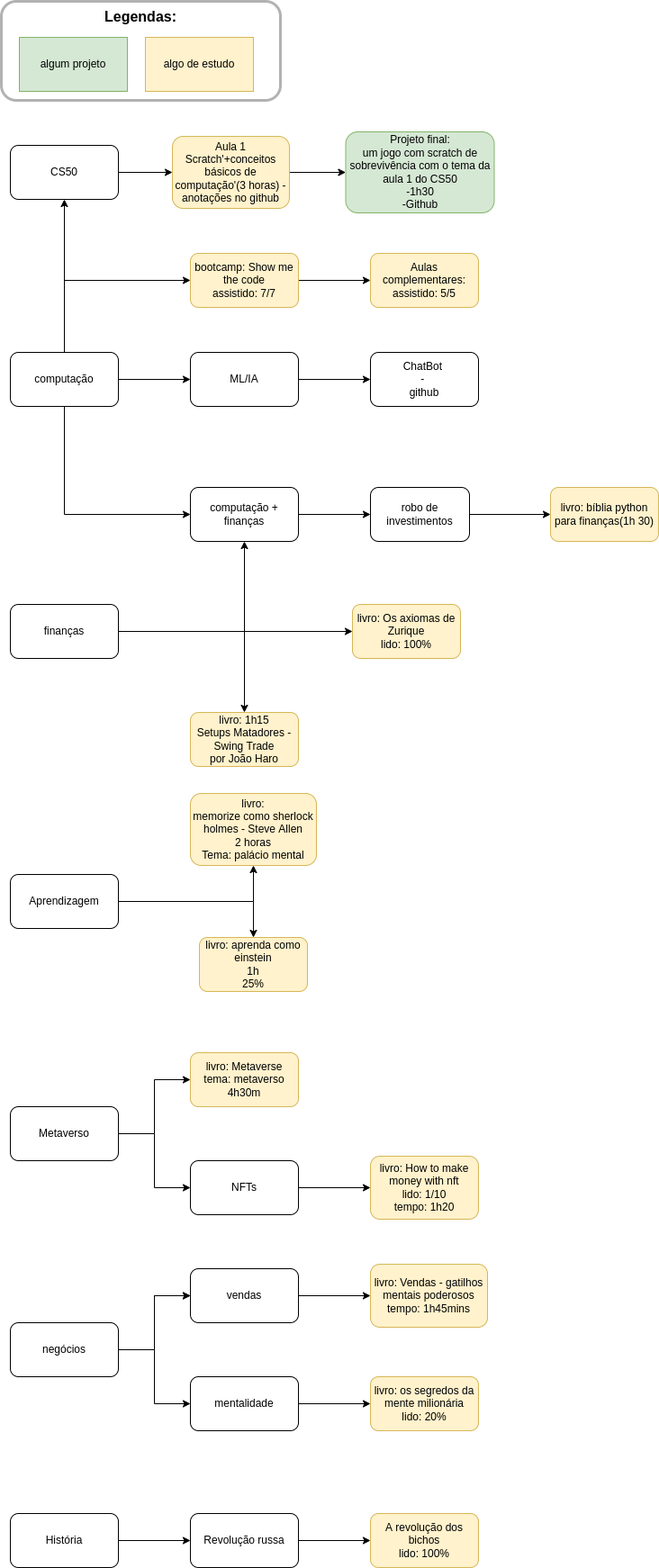
Above: mystudies.drawio.png in gu-nog/my-studies (draw.io), before the change. Source tidied: cells renumbered, new cells last; positions are measured from the earlier drawing's top-left corner, leaving out a move shared by most shapes. The source it was exported from:
```xml
<mxGraphModel>
  <root>
    <mxCell id="0" />
    <mxCell id="1" parent="0" />
    <mxCell id="2" style="edgeStyle=orthogonalEdgeStyle;rounded=0;jettySize=auto;html=1;" parent="1" edge="1" source="5" target="7">
      <mxGeometry relative="1" as="geometry" />
    </mxCell>
    <mxCell id="3" style="edgeStyle=orthogonalEdgeStyle;rounded=0;jettySize=auto;html=1;" parent="1" edge="1" source="5" target="28">
      <mxGeometry relative="1" as="geometry" />
    </mxCell>
    <mxCell id="4" style="edgeStyle=orthogonalEdgeStyle;rounded=0;jettySize=auto;html=1;" parent="1" edge="1" source="5" target="57">
      <mxGeometry relative="1" as="geometry">
        <Array as="points">
          <mxPoint x="70" y="310" />
        </Array>
      </mxGeometry>
    </mxCell>
    <mxCell id="5" value="computação" style="rounded=1;whiteSpace=wrap;html=1;" parent="1" vertex="1">
      <mxGeometry x="10" y="390" width="120" height="60" as="geometry" />
    </mxCell>
    <mxCell id="6" style="edgeStyle=orthogonalEdgeStyle;rounded=0;jettySize=auto;html=1;" parent="1" edge="1" source="7" target="9">
      <mxGeometry relative="1" as="geometry" />
    </mxCell>
    <mxCell id="7" value="CS50" style="whiteSpace=wrap;html=1;rounded=1;" parent="1" vertex="1">
      <mxGeometry x="10" y="160" width="120" height="60" as="geometry" />
    </mxCell>
    <mxCell id="8" style="edgeStyle=orthogonalEdgeStyle;rounded=0;jettySize=auto;html=1;" parent="1" edge="1" source="9" target="21">
      <mxGeometry relative="1" as="geometry" />
    </mxCell>
    <mxCell id="9" value="Aula 1&lt;br&gt;Scratch'+conceitos básicos de computação'(3 horas) - anotações no github" style="whiteSpace=wrap;html=1;rounded=1;fillColor=#fff2cc;strokeColor=#d6b656;" parent="1" vertex="1">
      <mxGeometry x="190" y="150" width="130" height="80" as="geometry" />
    </mxCell>
    <mxCell id="10" style="edgeStyle=orthogonalEdgeStyle;rounded=0;jettySize=auto;html=1;" parent="1" edge="1" source="12" target="14">
      <mxGeometry relative="1" as="geometry" />
    </mxCell>
    <mxCell id="11" style="edgeStyle=orthogonalEdgeStyle;rounded=0;jettySize=auto;html=1;" parent="1" edge="1" source="12" target="30">
      <mxGeometry relative="1" as="geometry" />
    </mxCell>
    <mxCell id="12" value="finanças" style="rounded=1;whiteSpace=wrap;html=1;" parent="1" vertex="1">
      <mxGeometry x="10" y="670" width="120" height="60" as="geometry" />
    </mxCell>
    <mxCell id="13" style="edgeStyle=orthogonalEdgeStyle;rounded=0;jettySize=auto;html=1;" parent="1" edge="1" source="14" target="17">
      <mxGeometry relative="1" as="geometry" />
    </mxCell>
    <mxCell id="14" value="computação + finanças" style="rounded=1;whiteSpace=wrap;html=1;" parent="1" vertex="1">
      <mxGeometry x="210" y="540" width="120" height="60" as="geometry" />
    </mxCell>
    <mxCell id="15" style="endArrow=classic;html=1;rounded=0;entryX=0;entryY=0.5;entryDx=0;entryDy=0;exitX=0.5;exitY=1;exitDx=0;exitDy=0;" parent="1" edge="1" source="5" target="14">
      <mxGeometry relative="1" as="geometry">
        <Array as="points">
          <mxPoint x="70" y="570" />
        </Array>
      </mxGeometry>
    </mxCell>
    <mxCell id="16" style="edgeStyle=orthogonalEdgeStyle;rounded=0;jettySize=auto;html=1;" parent="1" edge="1" source="17" target="18">
      <mxGeometry relative="1" as="geometry" />
    </mxCell>
    <mxCell id="17" value="robo de investimentos" style="rounded=1;whiteSpace=wrap;html=1;" parent="1" vertex="1">
      <mxGeometry x="410" y="540" width="110" height="60" as="geometry" />
    </mxCell>
    <mxCell id="18" value="livro: bíblia python para finanças(1h 30)" style="rounded=1;whiteSpace=wrap;html=1;fillColor=#fff2cc;strokeColor=#d6b656;" parent="1" vertex="1">
      <mxGeometry x="610" y="540" width="120" height="60" as="geometry" />
    </mxCell>
    <mxCell id="19" value="algum projeto" style="rounded=0;whiteSpace=wrap;html=1;fillColor=#d5e8d4;strokeColor=#82b366;" parent="1" vertex="1">
      <mxGeometry x="20" y="40" width="120" height="60" as="geometry" />
    </mxCell>
    <mxCell id="20" value="algo de estudo" style="rounded=0;whiteSpace=wrap;html=1;fillColor=#fff2cc;strokeColor=#d6b656;" parent="1" vertex="1">
      <mxGeometry x="160" y="40" width="120" height="60" as="geometry" />
    </mxCell>
    <mxCell id="21" value="&lt;span&gt;Projeto final:&lt;/span&gt;&lt;br&gt;&lt;span&gt;um jogo com scratch de sobrevivência com o tema da aula 1 do CS50&lt;/span&gt;&lt;br&gt;&lt;span&gt;-1h30&lt;/span&gt;&lt;br&gt;&lt;span&gt;-Github&lt;/span&gt;" style="whiteSpace=wrap;html=1;fillColor=#d5e8d4;strokeColor=#82b366;rounded=1;" parent="1" vertex="1">
      <mxGeometry x="382.5" y="145" width="165" height="90" as="geometry" />
    </mxCell>
    <mxCell id="22" value="&lt;font style=&quot;font-size: 16px&quot;&gt;&lt;b&gt;&lt;font style=&quot;font-size: 16px&quot;&gt;Legendas:&lt;br&gt;&lt;/font&gt;&lt;br&gt;&lt;br&gt;&lt;br&gt;&lt;/b&gt;&lt;br&gt;&lt;/font&gt;" style="rounded=1;opacity=30;shadow=0;glass=0;sketch=0;fillColor=none;strokeColor=#000000;strokeWidth=3;html=1;whiteSpace=wrap;" parent="1" vertex="1">
      <mxGeometry width="310" height="110" as="geometry" />
    </mxCell>
    <mxCell id="23" style="edgeStyle=orthogonalEdgeStyle;rounded=0;jettySize=auto;html=1;" parent="1" edge="1" source="25" target="26">
      <mxGeometry relative="1" as="geometry" />
    </mxCell>
    <mxCell id="24" style="edgeStyle=orthogonalEdgeStyle;rounded=0;jettySize=auto;html=1;" parent="1" edge="1" source="25" target="44">
      <mxGeometry relative="1" as="geometry" />
    </mxCell>
    <mxCell id="25" value="Aprendizagem" style="rounded=1;whiteSpace=wrap;html=1;" parent="1" vertex="1">
      <mxGeometry x="10" y="970" width="120" height="60" as="geometry" />
    </mxCell>
    <mxCell id="26" value="livro:&lt;br&gt;memorize como sherlock holmes - Steve Allen&lt;br&gt;2 horas&lt;br&gt;Tema: palácio mental" style="whiteSpace=wrap;html=1;rounded=1;fillColor=#fff2cc;strokeColor=#d6b656;" parent="1" vertex="1">
      <mxGeometry x="210" y="880" width="140" height="80" as="geometry" />
    </mxCell>
    <mxCell id="27" style="edgeStyle=orthogonalEdgeStyle;rounded=0;jettySize=auto;html=1;" parent="1" edge="1" source="28" target="29">
      <mxGeometry relative="1" as="geometry" />
    </mxCell>
    <mxCell id="28" value="ML/IA" style="whiteSpace=wrap;html=1;rounded=1;" parent="1" vertex="1">
      <mxGeometry x="210" y="390" width="120" height="60" as="geometry" />
    </mxCell>
    <mxCell id="29" value="ChatBot &lt;br&gt;- &lt;br&gt;github" style="whiteSpace=wrap;html=1;rounded=1;" parent="1" vertex="1">
      <mxGeometry x="410" y="390" width="120" height="60" as="geometry" />
    </mxCell>
    <mxCell id="30" value="livro: 1h15&lt;br&gt;Setups Matadores - Swing Trade&lt;br&gt;por João Haro" style="whiteSpace=wrap;html=1;rounded=1;fillColor=#fff2cc;strokeColor=#d6b656;" parent="1" vertex="1">
      <mxGeometry x="210" y="790" width="120" height="60" as="geometry" />
    </mxCell>
    <mxCell id="31" style="edgeStyle=orthogonalEdgeStyle;rounded=0;jettySize=auto;html=1;" parent="1" edge="1" source="32" target="33">
      <mxGeometry relative="1" as="geometry" />
    </mxCell>
    <mxCell id="32" value="Metaverso" style="rounded=1;whiteSpace=wrap;html=1;" parent="1" vertex="1">
      <mxGeometry x="10" y="1228" width="120" height="60" as="geometry" />
    </mxCell>
    <mxCell id="33" value="livro: Metaverse&lt;br&gt;tema: metaverso&lt;br&gt;4h30m" style="whiteSpace=wrap;html=1;rounded=1;fillColor=#fff2cc;strokeColor=#d6b656;" parent="1" vertex="1">
      <mxGeometry x="210" y="1168" width="120" height="60" as="geometry" />
    </mxCell>
    <mxCell id="34" style="edgeStyle=orthogonalEdgeStyle;rounded=0;jettySize=auto;html=1;" parent="1" edge="1" source="36" target="38">
      <mxGeometry relative="1" as="geometry" />
    </mxCell>
    <mxCell id="35" style="edgeStyle=orthogonalEdgeStyle;rounded=0;jettySize=auto;html=1;" parent="1" edge="1" source="36" target="38">
      <mxGeometry relative="1" as="geometry" />
    </mxCell>
    <mxCell id="36" value="negócios" style="rounded=1;whiteSpace=wrap;html=1;" parent="1" vertex="1">
      <mxGeometry x="10" y="1468" width="120" height="60" as="geometry" />
    </mxCell>
    <mxCell id="37" style="edgeStyle=orthogonalEdgeStyle;rounded=0;jettySize=auto;html=1;" parent="1" edge="1" source="38" target="39">
      <mxGeometry relative="1" as="geometry" />
    </mxCell>
    <mxCell id="38" value="vendas" style="whiteSpace=wrap;html=1;rounded=1;" parent="1" vertex="1">
      <mxGeometry x="210" y="1408" width="120" height="60" as="geometry" />
    </mxCell>
    <mxCell id="39" value="livro: Vendas - gatilhos mentais poderosos&lt;br&gt;tempo: 1h45mins" style="whiteSpace=wrap;html=1;rounded=1;fillColor=#fff2cc;strokeColor=#d6b656;" parent="1" vertex="1">
      <mxGeometry x="410" y="1403" width="130" height="70" as="geometry" />
    </mxCell>
    <mxCell id="40" style="edgeStyle=orthogonalEdgeStyle;rounded=0;jettySize=auto;html=1;" parent="1" edge="1" source="41" target="43">
      <mxGeometry relative="1" as="geometry" />
    </mxCell>
    <mxCell id="41" value="NFTs" style="rounded=1;whiteSpace=wrap;html=1;" parent="1" vertex="1">
      <mxGeometry x="210" y="1288" width="120" height="60" as="geometry" />
    </mxCell>
    <mxCell id="42" style="endArrow=classic;html=1;rounded=0;exitX=1;exitY=0.5;exitDx=0;exitDy=0;entryX=0;entryY=0.5;entryDx=0;entryDy=0;" parent="1" edge="1" source="32" target="41">
      <mxGeometry relative="1" as="geometry">
        <Array as="points">
          <mxPoint x="170" y="1258" />
          <mxPoint x="170" y="1318" />
        </Array>
      </mxGeometry>
    </mxCell>
    <mxCell id="43" value="livro: How to make money with nft&lt;br&gt;lido: 1/10&lt;br&gt;tempo: 1h20" style="rounded=1;whiteSpace=wrap;html=1;fillColor=#fff2cc;strokeColor=#d6b656;" parent="1" vertex="1">
      <mxGeometry x="410" y="1283" width="120" height="70" as="geometry" />
    </mxCell>
    <mxCell id="44" value="livro: aprenda como einstein&lt;br&gt;1h&lt;br&gt;25%" style="whiteSpace=wrap;html=1;rounded=1;fillColor=#fff2cc;strokeColor=#d6b656;" parent="1" vertex="1">
      <mxGeometry x="220" y="1040" width="120" height="60" as="geometry" />
    </mxCell>
    <mxCell id="45" style="endArrow=classic;html=1;rounded=0;exitX=1;exitY=0.5;exitDx=0;exitDy=0;" parent="1" edge="1" source="12">
      <mxGeometry relative="1" as="geometry">
        <mxPoint x="390" y="700" as="targetPoint" />
        <Array as="points">
          <mxPoint x="270" y="700" />
        </Array>
      </mxGeometry>
    </mxCell>
    <mxCell id="46" value="livro: Os axiomas de Zurique&lt;br&gt;lido: 100%" style="rounded=1;whiteSpace=wrap;html=1;fillColor=#fff2cc;strokeColor=#d6b656;" parent="1" vertex="1">
      <mxGeometry x="390" y="670" width="120" height="60" as="geometry" />
    </mxCell>
    <mxCell id="47" style="edgeStyle=orthogonalEdgeStyle;rounded=0;jettySize=auto;html=1;" parent="1" edge="1" source="48" target="50">
      <mxGeometry relative="1" as="geometry" />
    </mxCell>
    <mxCell id="48" value="mentalidade" style="rounded=1;whiteSpace=wrap;html=1;" parent="1" vertex="1">
      <mxGeometry x="210" y="1528" width="120" height="60" as="geometry" />
    </mxCell>
    <mxCell id="49" style="endArrow=classic;html=1;rounded=0;exitX=1;exitY=0.5;exitDx=0;exitDy=0;entryX=0;entryY=0.5;entryDx=0;entryDy=0;" parent="1" edge="1" source="36" target="48">
      <mxGeometry relative="1" as="geometry">
        <Array as="points">
          <mxPoint x="170" y="1498" />
          <mxPoint x="170" y="1558" />
        </Array>
      </mxGeometry>
    </mxCell>
    <mxCell id="50" value="livro: os segredos da mente milionária&lt;br&gt;lido: 20%" style="whiteSpace=wrap;html=1;rounded=1;fillColor=#fff2cc;strokeColor=#d6b656;" parent="1" vertex="1">
      <mxGeometry x="410" y="1528" width="120" height="60" as="geometry" />
    </mxCell>
    <mxCell id="51" style="edgeStyle=orthogonalEdgeStyle;rounded=0;jettySize=auto;html=1;" parent="1" edge="1" source="52" target="54">
      <mxGeometry relative="1" as="geometry" />
    </mxCell>
    <mxCell id="52" value="História" style="rounded=1;whiteSpace=wrap;html=1;" parent="1" vertex="1">
      <mxGeometry x="10" y="1680" width="120" height="60" as="geometry" />
    </mxCell>
    <mxCell id="53" style="edgeStyle=orthogonalEdgeStyle;rounded=0;jettySize=auto;html=1;" parent="1" edge="1" source="54" target="55">
      <mxGeometry relative="1" as="geometry" />
    </mxCell>
    <mxCell id="54" value="Revolução russa" style="whiteSpace=wrap;html=1;rounded=1;" parent="1" vertex="1">
      <mxGeometry x="210" y="1680" width="120" height="60" as="geometry" />
    </mxCell>
    <mxCell id="55" value="A revolução dos bichos&lt;br&gt;lido: 100%" style="whiteSpace=wrap;html=1;rounded=1;fillColor=#fff2cc;strokeColor=#d6b656;" parent="1" vertex="1">
      <mxGeometry x="410" y="1680" width="120" height="60" as="geometry" />
    </mxCell>
    <mxCell id="56" style="edgeStyle=orthogonalEdgeStyle;rounded=0;jettySize=auto;html=1;" parent="1" edge="1" source="57" target="58">
      <mxGeometry relative="1" as="geometry" />
    </mxCell>
    <mxCell id="57" value="bootcamp: Show me the code&lt;br&gt;assistido: 7/7" style="whiteSpace=wrap;html=1;rounded=1;fillColor=#fff2cc;strokeColor=#d6b656;" parent="1" vertex="1">
      <mxGeometry x="210" y="280" width="120" height="60" as="geometry" />
    </mxCell>
    <mxCell id="58" value="Aulas complementares:&lt;br&gt;assistido: 5/5" style="whiteSpace=wrap;html=1;fillColor=#fff2cc;strokeColor=#d6b656;rounded=1;" parent="1" vertex="1">
      <mxGeometry x="410" y="280" width="120" height="60" as="geometry" />
    </mxCell>
  </root>
</mxGraphModel>
```
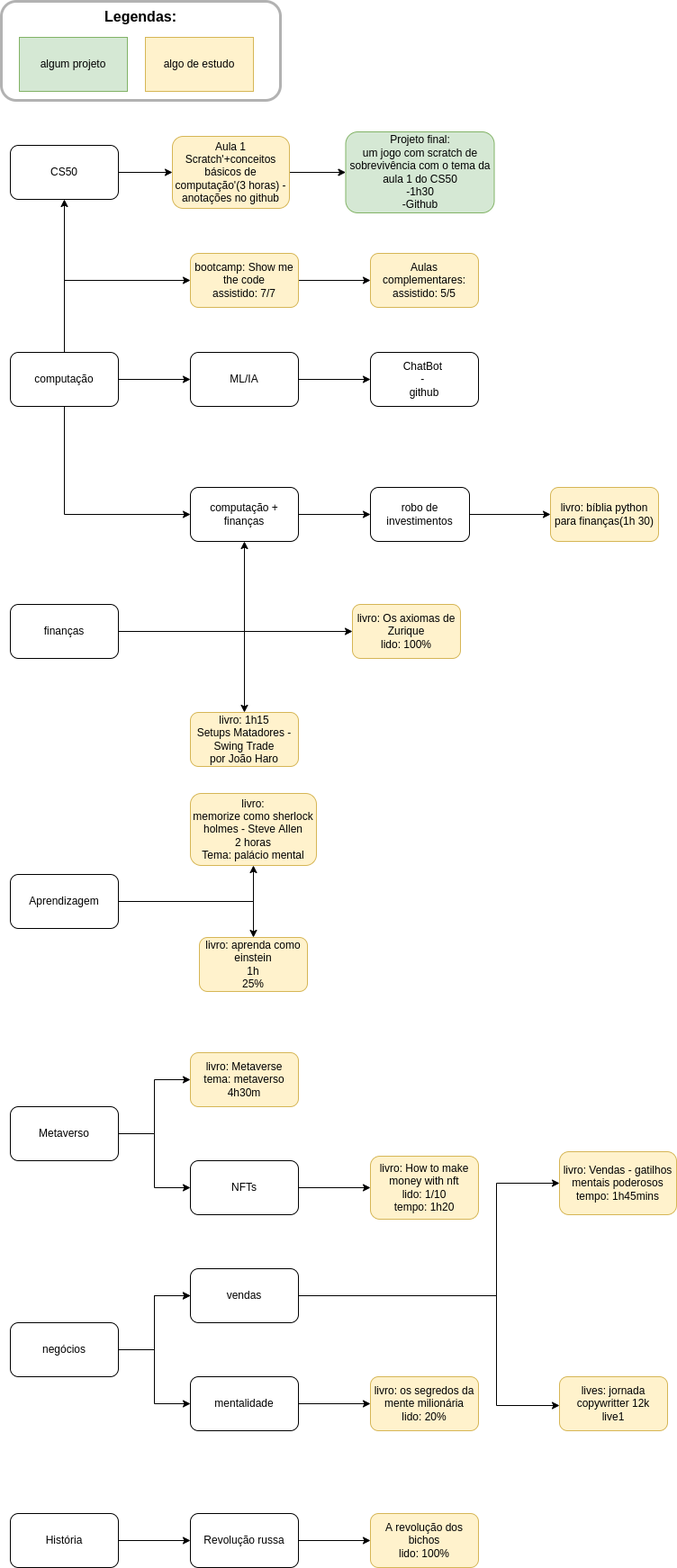
The same diagram one commit later.

What changed in the source:
```diff
@@ -116,13 +116,18 @@
       <mxGeometry x="10" y="1468" width="120" height="60" as="geometry" />
     </mxCell>
     <mxCell id="37" style="edgeStyle=orthogonalEdgeStyle;rounded=0;jettySize=auto;html=1;" parent="1" edge="1" source="38" target="39">
-      <mxGeometry relative="1" as="geometry" />
+      <mxGeometry relative="1" as="geometry">
+        <Array as="points">
+          <mxPoint x="550" y="1438" />
+          <mxPoint x="550" y="1313" />
+        </Array>
+      </mxGeometry>
     </mxCell>
     <mxCell id="38" value="vendas" style="whiteSpace=wrap;html=1;rounded=1;" parent="1" vertex="1">
       <mxGeometry x="210" y="1408" width="120" height="60" as="geometry" />
     </mxCell>
     <mxCell id="39" value="livro: Vendas - gatilhos mentais poderosos&lt;br&gt;tempo: 1h45mins" style="whiteSpace=wrap;html=1;rounded=1;fillColor=#fff2cc;strokeColor=#d6b656;" parent="1" vertex="1">
-      <mxGeometry x="410" y="1403" width="130" height="70" as="geometry" />
+      <mxGeometry x="620" y="1278" width="130" height="70" as="geometry" />
     </mxCell>
     <mxCell id="40" style="edgeStyle=orthogonalEdgeStyle;rounded=0;jettySize=auto;html=1;" parent="1" edge="1" source="41" target="43">
       <mxGeometry relative="1" as="geometry" />
@@ -196,5 +201,18 @@
     <mxCell id="58" value="Aulas complementares:&lt;br&gt;assistido: 5/5" style="whiteSpace=wrap;html=1;fillColor=#fff2cc;strokeColor=#d6b656;rounded=1;" parent="1" vertex="1">
       <mxGeometry x="410" y="280" width="120" height="60" as="geometry" />
     </mxCell>
+    <mxCell id="59" style="edgeStyle=orthogonalEdgeStyle;rounded=0;jettySize=auto;html=1;exitX=1;exitY=0.5;exitDx=0;exitDy=0;" parent="1" edge="1" source="38">
+      <mxGeometry relative="1" as="geometry">
+        <mxPoint x="620" y="1560" as="targetPoint" />
+        <Array as="points">
+          <mxPoint x="550" y="1438" />
+          <mxPoint x="550" y="1560" />
+          <mxPoint x="620" y="1560" />
+        </Array>
+      </mxGeometry>
+    </mxCell>
+    <mxCell id="60" value="lives: jornada copywritter 12k&lt;br&gt;live1" style="rounded=1;whiteSpace=wrap;html=1;fillColor=#fff2cc;strokeColor=#d6b656;" parent="1" vertex="1">
+      <mxGeometry x="620" y="1528" width="120" height="60" as="geometry" />
+    </mxCell>
   </root>
 </mxGraphModel>
```
